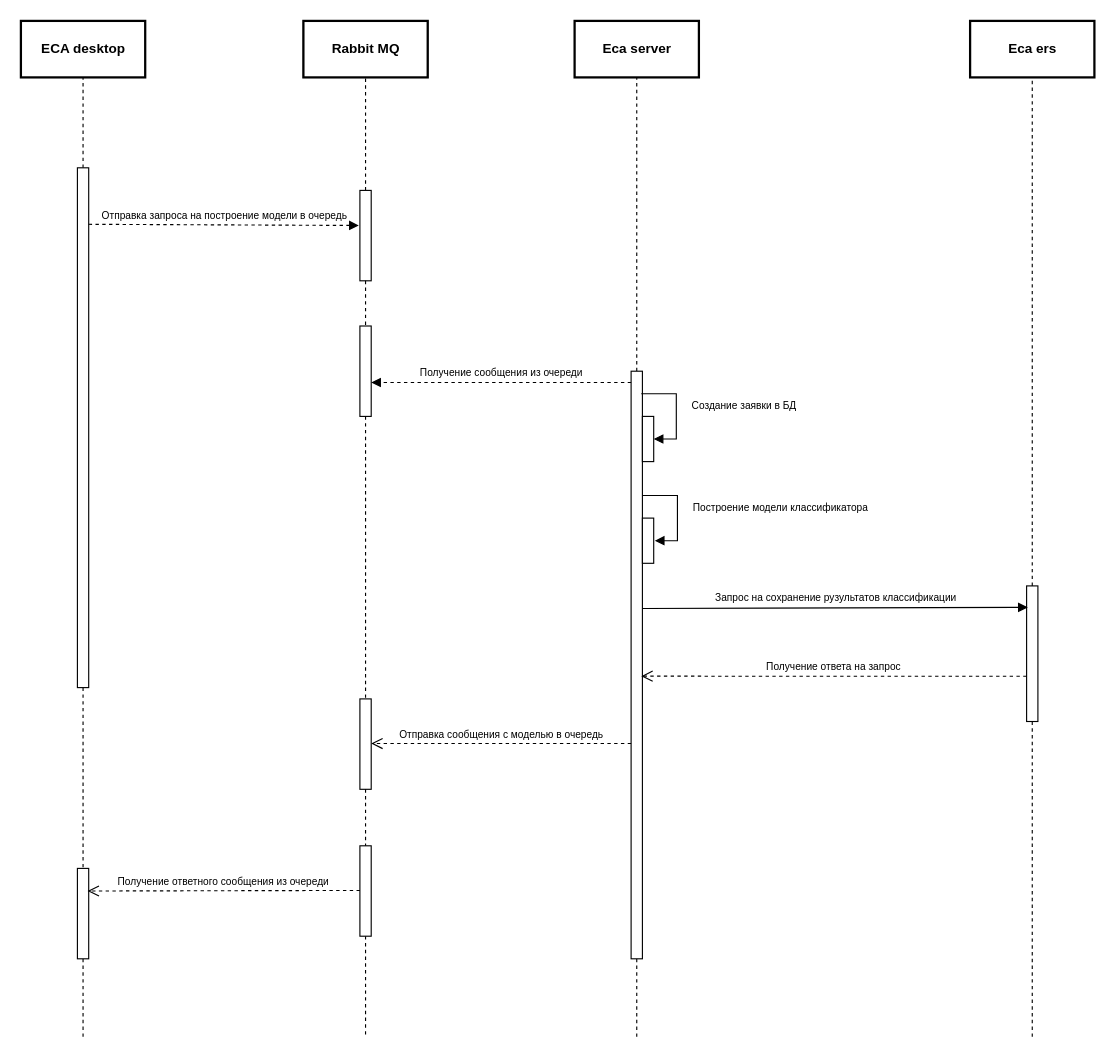
Stonnos/eca-service keeps this draw.io diagram as doc/schemas/Evaluation request sequence.drawio. Above is the earlier version. Source tidied: cells renumbered, new cells numbered last; positions are measured from the earlier drawing's top-left corner, leaving out a move shared by most shapes. Both pictures are drawn from the tidied source at 113%, with x=0, y=0 at pixel (20, 20).
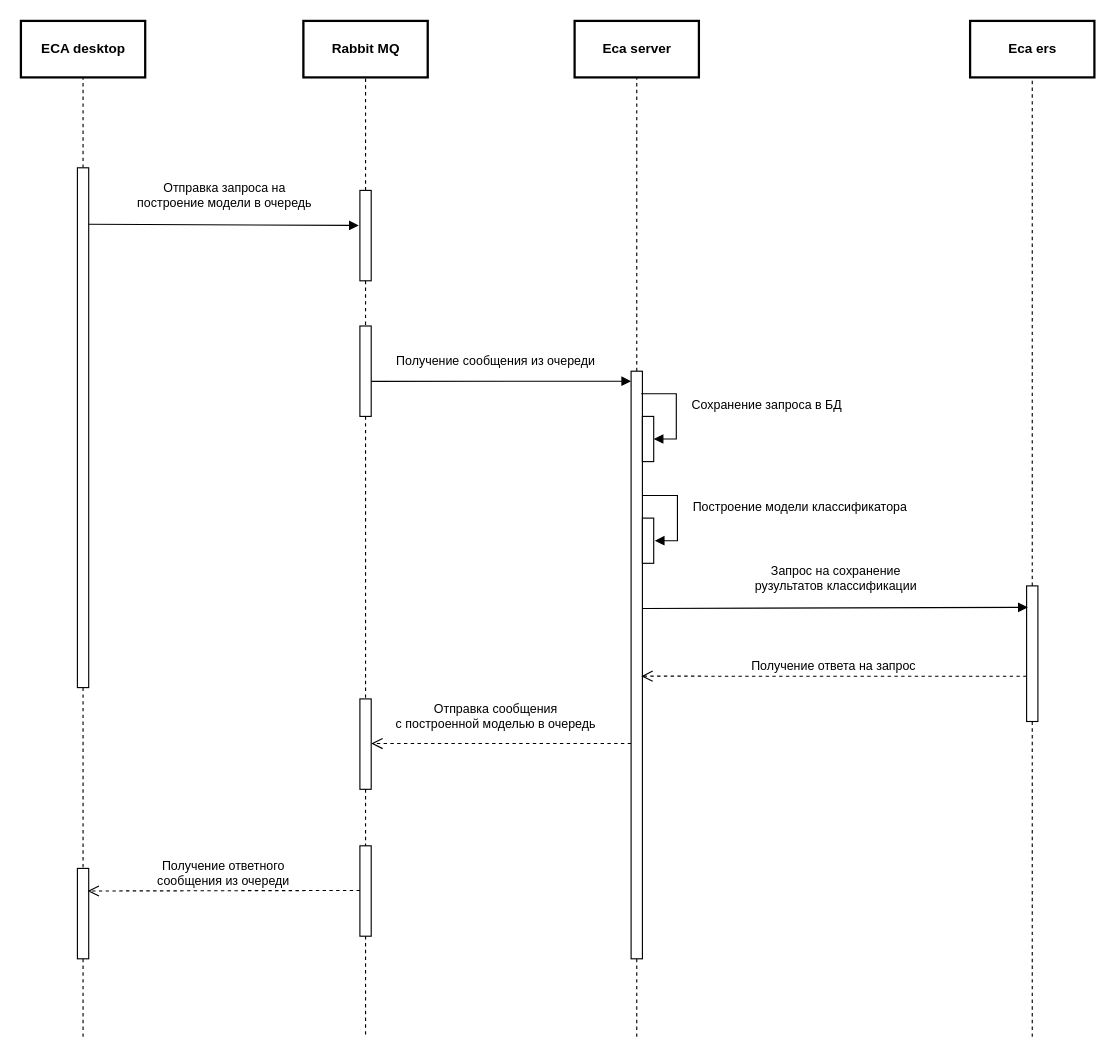
Above is the later version.

Unchanged cells that the change refers to:
```xml
<mxCell id="7" style="html=1;points=[];perimeter=orthogonalPerimeter;" parent="1" vertex="1">
  <mxGeometry x="300" y="150" width="10" height="80" as="geometry" />
</mxCell>
<mxCell id="15" style="html=1;points=[];perimeter=orthogonalPerimeter;" parent="1" vertex="1">
  <mxGeometry x="540" y="310" width="10" height="520" as="geometry" />
</mxCell>
<mxCell id="29" style="html=1;points=[];perimeter=orthogonalPerimeter;" parent="1" vertex="1">
  <mxGeometry x="300" y="600" width="10" height="80" as="geometry" />
</mxCell>
<mxCell id="33" style="html=1;points=[];perimeter=orthogonalPerimeter;" parent="1" vertex="1">
  <mxGeometry x="50" y="750" width="10" height="80" as="geometry" />
</mxCell>
```

Change to the diagram source:
```diff
@@
-    <mxCell id="8" value="&lt;font style=&quot;font-size: 9px&quot;&gt;Отправка запроса на построение модели в очередь&lt;/font&gt;" style="html=1;verticalAlign=bottom;endArrow=block;entryX=-0.1;entryY=0.388;entryDx=0;entryDy=0;entryPerimeter=0;dashed=1;" parent="1" edge="1" target="7">
-      <mxGeometry relative="1" as="geometry">
+    <mxCell id="8" value="&lt;font style=&quot;font-size: 11px&quot;&gt;Отправка запроса на &lt;br&gt;построение модели в очередь&lt;/font&gt;" style="html=1;verticalAlign=bottom;endArrow=block;entryX=-0.1;entryY=0.388;entryDx=0;entryDy=0;entryPerimeter=0;" parent="1" edge="1" target="7">
+      <mxGeometry y="11" relative="1" as="geometry">
         <mxPoint x="60" y="180" as="sourcePoint" />
       </mxGeometry>
     </mxCell>
@@
-    <mxCell id="18" value="&lt;font style=&quot;font-size: 9px&quot;&gt;Получение сообщения из очереди&lt;/font&gt;" style="html=1;verticalAlign=bottom;endArrow=block;strokeColor=#000000;dashed=1;" parent="1" edge="1">
-      <mxGeometry relative="1" as="geometry">
-        <mxPoint x="540" y="320" as="sourcePoint" />
-        <mxPoint x="310" y="320" as="targetPoint" />
+    <mxCell id="18" value="&lt;font style=&quot;font-size: 11px&quot;&gt;Получение сообщения из очереди&lt;/font&gt;" style="html=1;verticalAlign=bottom;endArrow=block;strokeColor=#000000;entryX=0;entryY=0.017;entryDx=0;entryDy=0;entryPerimeter=0;" parent="1" edge="1" target="15">
+      <mxGeometry x="-0.04" y="9" relative="1" as="geometry">
+        <mxPoint x="310" y="319" as="sourcePoint" />
       </mxGeometry>
     </mxCell>
@@
-    <mxCell id="20" value="&lt;font style=&quot;font-size: 9px&quot;&gt;Создание заявки в БД&lt;/font&gt;" style="edgeStyle=orthogonalEdgeStyle;html=1;align=left;spacingLeft=2;endArrow=block;rounded=0;strokeColor=#000000;" parent="1" edge="1">
+    <mxCell id="20" value="Сохранение запроса в БД" style="edgeStyle=orthogonalEdgeStyle;html=1;align=left;spacingLeft=2;endArrow=block;rounded=0;strokeColor=#000000;" parent="1" edge="1">
       <mxGeometry x="-0.1" y="10" relative="1" as="geometry">
         <mxPoint x="549" y="330" as="sourcePoint" />
         <mxPoint x="560" y="370" as="targetPoint" />
         <Array as="points">
           <mxPoint x="549" y="330" />
           <mxPoint x="580" y="330" />
           <mxPoint x="580" y="370" />
         </Array>
       </mxGeometry>
     </mxCell>
@@
-    <mxCell id="25" value="&lt;font style=&quot;font-size: 9px&quot;&gt;Запрос на сохранение рузультатов классификации&lt;/font&gt;" style="html=1;verticalAlign=bottom;endArrow=block;strokeColor=#000000;" parent="1" edge="1">
-      <mxGeometry relative="1" as="geometry">
+    <mxCell id="25" value="&lt;font style=&quot;font-size: 11px&quot;&gt;Запрос на сохранение&lt;br&gt;рузультатов классификации&lt;/font&gt;" style="html=1;verticalAlign=bottom;endArrow=block;strokeColor=#000000;" parent="1" edge="1">
+      <mxGeometry y="10" relative="1" as="geometry">
         <mxPoint x="550" y="520" as="sourcePoint" />
         <mxPoint x="891" y="519" as="targetPoint" />
       </mxGeometry>
     </mxCell>
-    <mxCell id="26" value="&lt;font style=&quot;font-size: 9px&quot;&gt;Получение ответа на запрос&lt;/font&gt;" style="html=1;verticalAlign=bottom;endArrow=open;dashed=1;endSize=8;strokeColor=#000000;entryX=0.9;entryY=0.519;entryDx=0;entryDy=0;entryPerimeter=0;" parent="1" edge="1" target="15">
+    <mxCell id="26" value="&lt;font style=&quot;font-size: 11px&quot;&gt;Получение ответа на запрос&lt;/font&gt;" style="html=1;verticalAlign=bottom;endArrow=open;dashed=1;endSize=8;strokeColor=#000000;entryX=0.9;entryY=0.519;entryDx=0;entryDy=0;entryPerimeter=0;" parent="1" edge="1" target="15">
       <mxGeometry relative="1" as="geometry">
         <mxPoint x="890" y="580" as="sourcePoint" />
       </mxGeometry>
     </mxCell>
-    <mxCell id="27" value="&lt;font style=&quot;font-size: 9px&quot;&gt;Построение модели классификатора&lt;/font&gt;" style="edgeStyle=orthogonalEdgeStyle;html=1;align=left;spacingLeft=2;endArrow=block;rounded=0;strokeColor=#000000;" parent="1" edge="1">
+    <mxCell id="27" value="&lt;font style=&quot;font-size: 11px&quot;&gt;Построение модели классификатора&lt;/font&gt;" style="edgeStyle=orthogonalEdgeStyle;html=1;align=left;spacingLeft=2;endArrow=block;rounded=0;strokeColor=#000000;" parent="1" edge="1">
       <mxGeometry x="-0.1" y="10" relative="1" as="geometry">
         <mxPoint x="550" y="420" as="sourcePoint" />
         <mxPoint x="561" y="460" as="targetPoint" />
         <Array as="points">
           <mxPoint x="550" y="420" />
           <mxPoint x="581" y="420" />
           <mxPoint x="581" y="460" />
         </Array>
       </mxGeometry>
     </mxCell>
@@
-    <mxCell id="31" value="&lt;font style=&quot;font-size: 9px&quot;&gt;Отправка сообщения с моделью в очередь&lt;/font&gt;" style="html=1;verticalAlign=bottom;endArrow=open;dashed=1;endSize=8;strokeColor=#000000;" parent="1" edge="1" target="29">
-      <mxGeometry relative="1" as="geometry">
+    <mxCell id="31" value="&lt;font style=&quot;font-size: 11px&quot;&gt;Отправка сообщения&lt;br&gt;с построенной моделью в очередь&lt;/font&gt;" style="html=1;verticalAlign=bottom;endArrow=open;dashed=1;endSize=8;strokeColor=#000000;" parent="1" edge="1" target="29">
+      <mxGeometry x="0.04" y="-9" relative="1" as="geometry">
         <mxPoint x="540" y="639.5" as="sourcePoint" />
       </mxGeometry>
     </mxCell>
@@
-    <mxCell id="36" value="&lt;font style=&quot;font-size: 9px&quot;&gt;Получение ответного сообщения из очереди&lt;/font&gt;" style="html=1;verticalAlign=bottom;endArrow=open;dashed=1;endSize=8;strokeColor=#000000;entryX=0.9;entryY=0.25;entryDx=0;entryDy=0;entryPerimeter=0;" parent="1" edge="1" target="33">
+    <mxCell id="36" value="&lt;font style=&quot;font-size: 11px&quot;&gt;Получение ответного&lt;br&gt;сообщения из очереди&lt;/font&gt;" style="html=1;verticalAlign=bottom;endArrow=open;dashed=1;endSize=8;strokeColor=#000000;entryX=0.9;entryY=0.25;entryDx=0;entryDy=0;entryPerimeter=0;" parent="1" edge="1" target="33">
       <mxGeometry relative="1" as="geometry">
         <mxPoint x="300" y="769.5" as="sourcePoint" />
       </mxGeometry>
     </mxCell>
```
